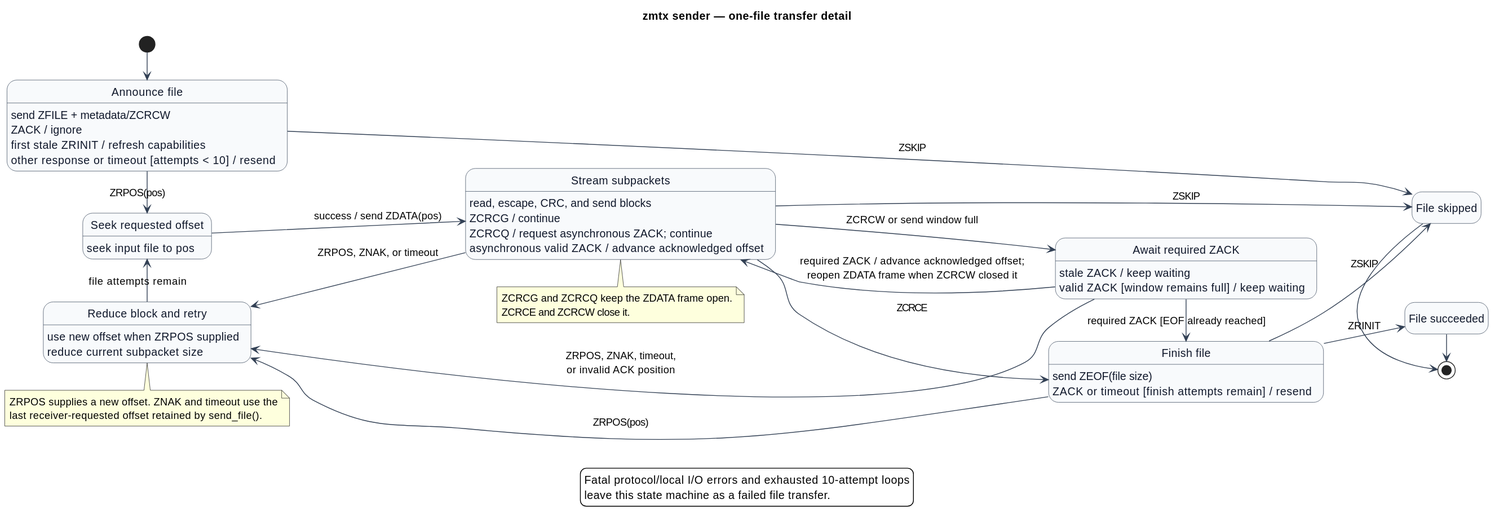
Above: docs/zmtx-file-state-machine.svg in RealDeuce/zmtx-zmrx (PlantUML), before the change. Its diagram source:
```plantuml
@startuml
title zmtx sender — one-file transfer detail

left to right direction
hide empty description
skinparam backgroundColor white
skinparam shadowing false
skinparam state {
  BackgroundColor #F8FAFC
  BorderColor #334155
  ArrowColor #334155
  FontColor #0F172A
  StartColor #15803D
  EndColor #991B1B
}

[*] -right-> Announce

state "Announce file" as Announce
Announce : send ZFILE + metadata/ZCRCW
Announce : ZACK / ignore
Announce : first stale ZRINIT / refresh capabilities
Announce : other response or timeout [attempts < 10] / resend
Announce -right-> Position : ZRPOS(pos)
Announce -down-> Skipped : ZSKIP

state "Seek requested offset" as Position
Position : seek input file to pos
Position -right-> Stream : success / send ZDATA(pos)

state "Stream subpackets" as Stream
Stream : read, escape, CRC, and send blocks
Stream : ZCRCG / continue
Stream : ZCRCQ / request asynchronous ZACK; continue
Stream : asynchronous valid ZACK / advance acknowledged offset
Stream -down-> AwaitAck : ZCRCW or send window full
Stream -right-> EndFile : ZCRCE
Stream -up-> Retry : ZRPOS, ZNAK, or timeout
Stream -down-> Skipped : ZSKIP

state "Await required ZACK" as AwaitAck
AwaitAck : stale ZACK / keep waiting
AwaitAck : valid ZACK [window remains full] / keep waiting
AwaitAck -up-> Stream : required ZACK / advance acknowledged offset;\nreopen ZDATA frame when ZCRCW closed it
AwaitAck -right-> EndFile : required ZACK [EOF already reached]
AwaitAck -left-> Retry : ZRPOS, ZNAK, timeout,\nor invalid ACK position

state "Reduce block and retry" as Retry
Retry : use new offset when ZRPOS supplied
Retry : reduce current subpacket size
Retry -left-> Position : file attempts remain

state "Finish file" as EndFile
EndFile : send ZEOF(file size)
EndFile : ZACK or timeout [finish attempts remain] / resend
EndFile -up-> Retry : ZRPOS(pos)
EndFile -down-> Succeeded : ZRINIT
EndFile -down-> Skipped : ZSKIP

state "File succeeded" as Succeeded
state "File skipped" as Skipped
Succeeded -right-> [*]
Skipped -right-> [*]

note bottom of Stream
  ZCRCG and ZCRCQ keep the ZDATA frame open.
  ZCRCE and ZCRCW close it.
end note

note bottom of Retry
  ZRPOS supplies a new offset. ZNAK and timeout use the
  last receiver-requested offset retained by send_file().
end note

legend bottom
  Fatal protocol/local I/O errors and exhausted 10-attempt loops
  leave this state machine as a failed file transfer.
endlegend
@enduml
```
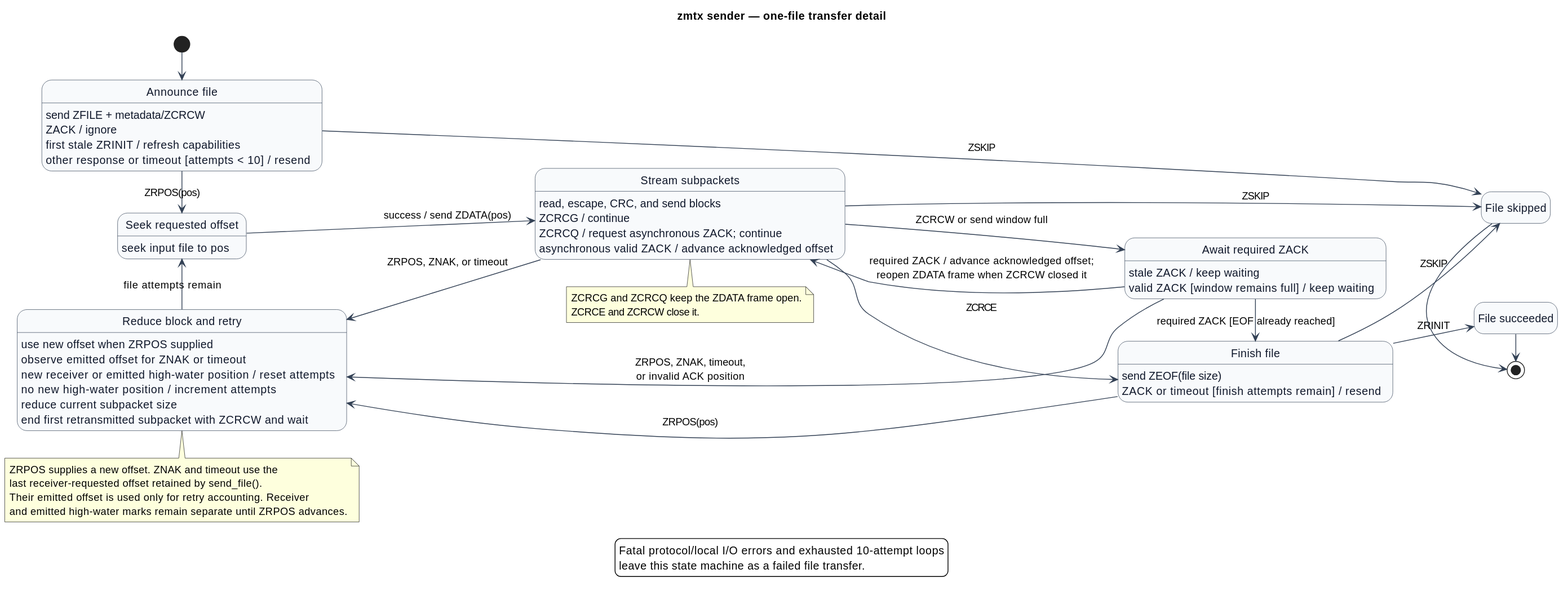
Later version of the same file.

Change to the diagram source:
```diff
@@ -47,7 +47,11 @@
 
 state "Reduce block and retry" as Retry
 Retry : use new offset when ZRPOS supplied
+Retry : observe emitted offset for ZNAK or timeout
+Retry : new receiver or emitted high-water position / reset attempts
+Retry : no new high-water position / increment attempts
 Retry : reduce current subpacket size
+Retry : end first retransmitted subpacket with ZCRCW and wait
 Retry -left-> Position : file attempts remain
 
 state "Finish file" as EndFile
@@ -70,6 +74,8 @@
 note bottom of Retry
   ZRPOS supplies a new offset. ZNAK and timeout use the
   last receiver-requested offset retained by send_file().
+  Their emitted offset is used only for retry accounting. Receiver
+  and emitted high-water marks remain separate until ZRPOS advances.
 end note
 
 legend bottom
```
